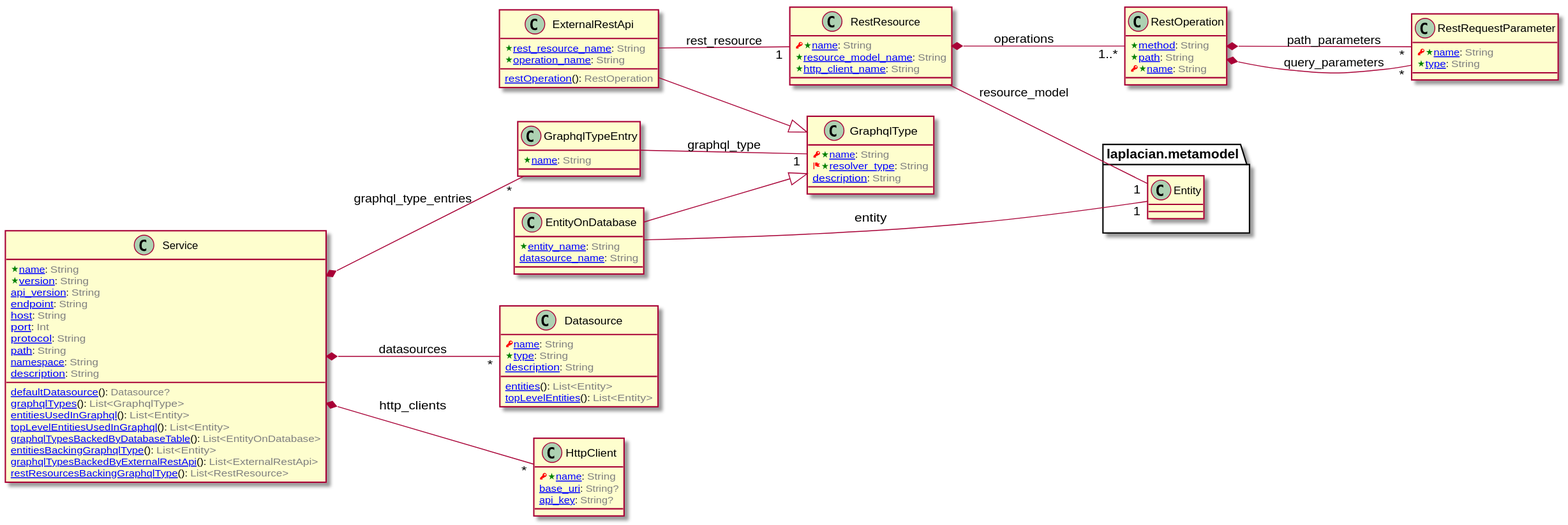
Above: doc/image/model-diagram.svg in laplacian-arch/api-service.domain-model (PlantUML), before the change.
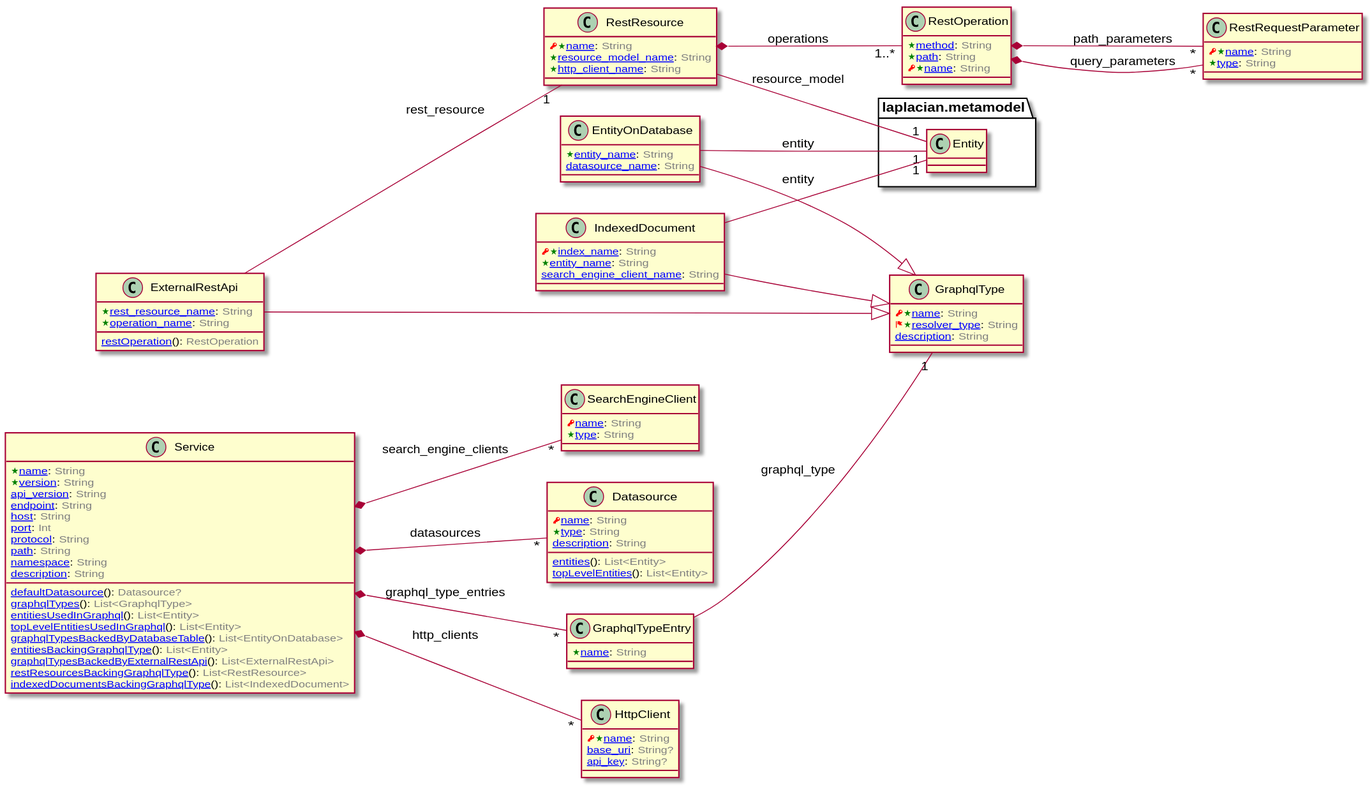
After the change.

Commit message:
add new graphql type backed by a index deocument on a search engine

The edit, as a diff of the source:
```diff
@@ -49,6 +49,30 @@
 
 
 ExternalRestApi -- "1" RestResource : rest_resource
+
+
+
+
+class IndexedDocument [[/blob/master/doc/entities/IndexedDocument.md]] {
+  <color:RED><&key></color><color:Green><&star></color>[[/blob/master/doc/entities/IndexedDocument.md#index_name-string index_name]]: <color:GRAY>String</color>
+  <color:Green><&star></color>[[/blob/master/doc/entities/IndexedDocument.md#entity_name-string entity_name]]: <color:GRAY>String</color>
+  [[/blob/master/doc/entities/IndexedDocument.md#search_engine_client_name-string search_engine_client_name]]: <color:GRAY>String</color>
+}
+
+IndexedDocument --|> GraphqlType
+
+
+
+
+
+
+package laplacian.metamodel {
+  class Entity {
+  }
+}
+
+
+IndexedDocument -- "1" Entity : entity
 
 
 
@@ -131,6 +155,7 @@
   [[/blob/master/doc/entities/Service.md#entities_backing_graphql_type-listEntity entitiesBackingGraphqlType]](): <color:GRAY>List<Entity></color>
   [[/blob/master/doc/entities/Service.md#graphql_types_backed_by_external_rest_api-listExternalRestApi graphqlTypesBackedByExternalRestApi]](): <color:GRAY>List<ExternalRestApi></color>
   [[/blob/master/doc/entities/Service.md#rest_resources_backing_graphql_type-listRestResource restResourcesBackingGraphqlType]](): <color:GRAY>List<RestResource></color>
+  [[/blob/master/doc/entities/Service.md#indexed_documents_backing_graphql_type-listIndexedDocument indexedDocumentsBackingGraphqlType]](): <color:GRAY>List<IndexedDocument></color>
 }
 
 
@@ -153,6 +178,13 @@
 
 
 Service *-- "*" HttpClient : http_clients
+
+
+
+
+
+
+Service *-- "*" SearchEngineClient : search_engine_clients
 
 
 
@@ -190,4 +222,12 @@
 
 
 
+
+class SearchEngineClient [[/blob/master/doc/entities/SearchEngineClient.md]] {
+  <color:RED><&key></color>[[/blob/master/doc/entities/SearchEngineClient.md#name-string name]]: <color:GRAY>String</color>
+  <color:Green><&star></color>[[/blob/master/doc/entities/SearchEngineClient.md#type-string type]]: <color:GRAY>String</color>
+}
+
+
+
 @enduml
```
